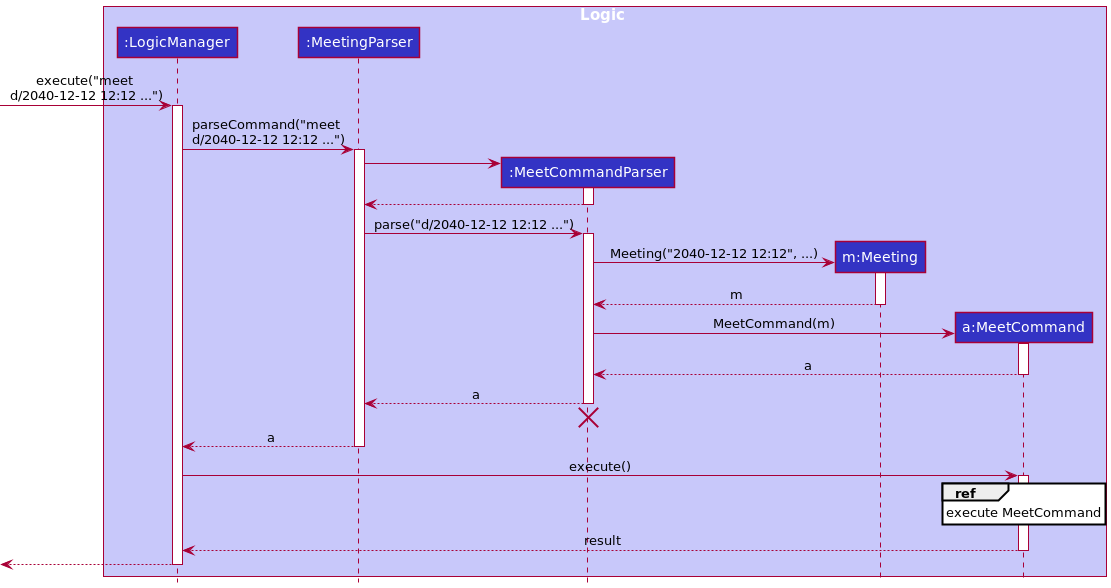
Above: docs/images/MeetSequenceDiagram.png in random689/tp (PlantUML), before the change.
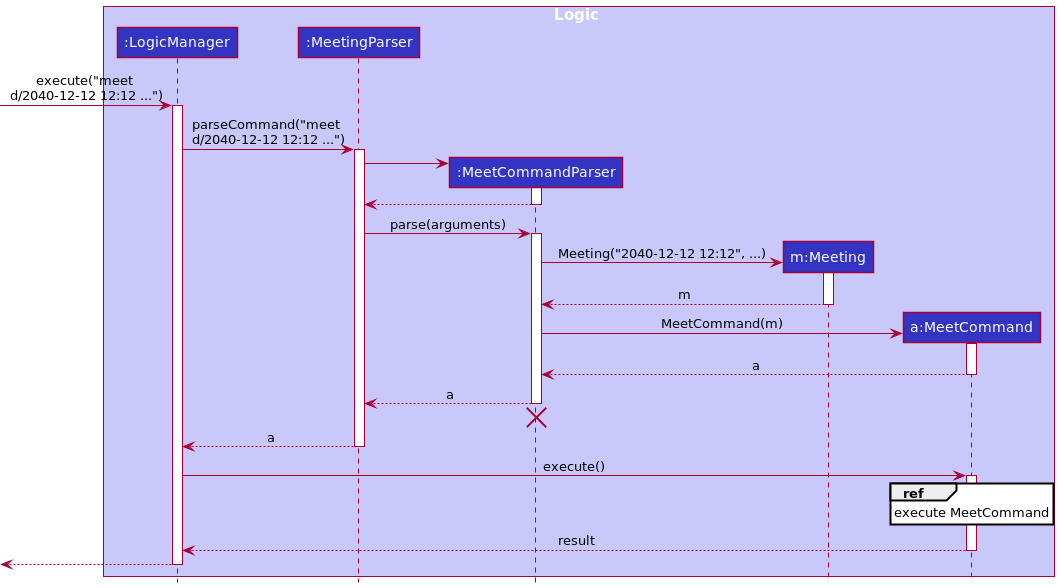
After the change.

Commit message:
Made sequence diagrams more consistent

What changed in the source:
```diff
@@ -24,7 +24,7 @@
 MeetCommandParser --> MeetingParser
 deactivate MeetCommandParser
 
-MeetingParser -> MeetCommandParser : parse("d/2040-12-12 12:12 ...")
+MeetingParser -> MeetCommandParser : parse(arguments)
 activate MeetCommandParser
 
 create Meeting
```
